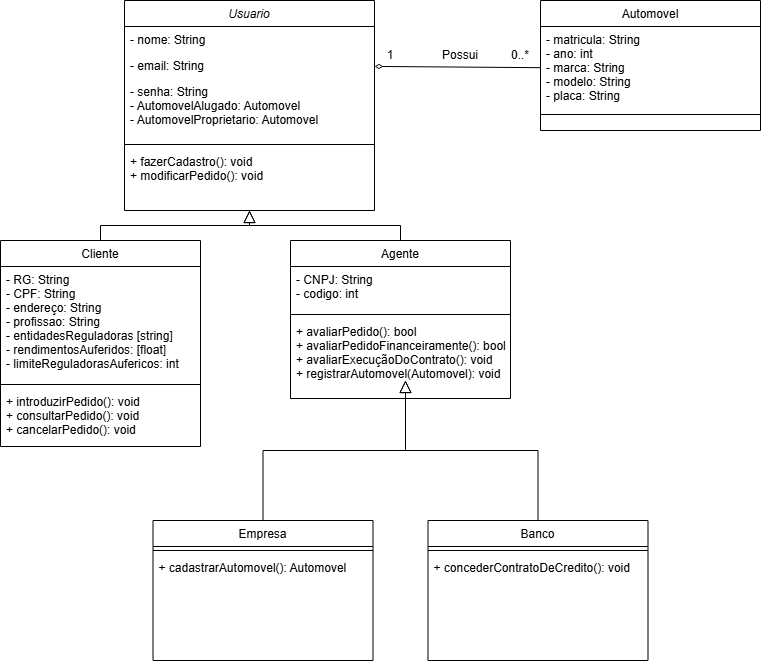
Before: projeto/png/Diagrama de classes.drawio.png, a diagram exported from draw.io (Gab-HSP/laboratorio-2). Source tidied: cells renumbered, new cells last; positions are measured from the earlier drawing's top-left corner, leaving out a move shared by most shapes.
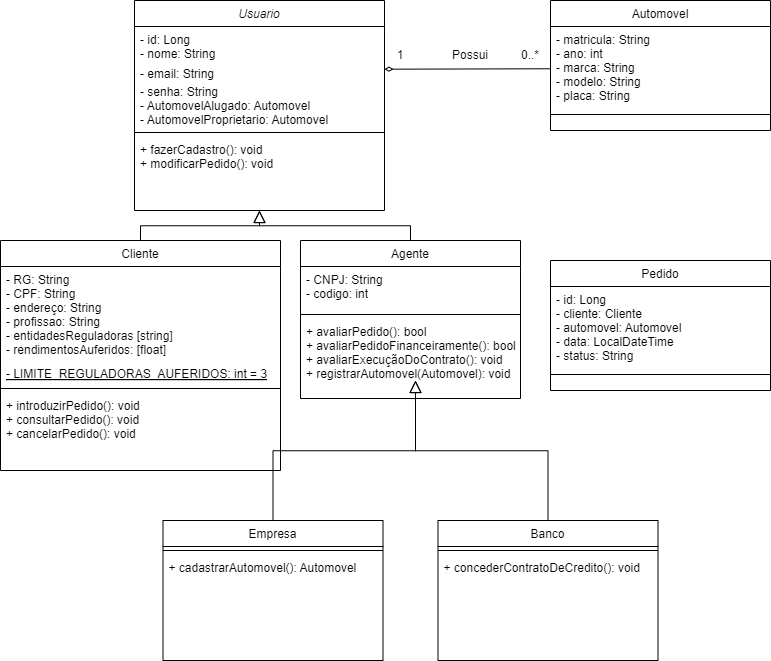
After the change.

Commit message:
atualizando diagrama de classes

Diff of the diagram source:
```diff
@@ -5,32 +5,35 @@
     <mxCell id="2" value="Usuario" style="swimlane;fontStyle=2;align=center;verticalAlign=top;horizontal=1;startSize=26;rounded=0;shadow=0;strokeWidth=1;" parent="1" vertex="1">
       <mxGeometry x="124" width="250" height="210" as="geometry" />
     </mxCell>
-    <mxCell id="3" value="- nome: String" style="text;align=left;verticalAlign=top;spacingLeft=4;spacingRight=4;overflow=hidden;" parent="2" vertex="1">
-      <mxGeometry y="26" width="250" height="26" as="geometry" />
+    <mxCell id="3" value="- id: Long&#10;- nome: String" style="text;align=left;verticalAlign=top;spacingLeft=4;spacingRight=4;overflow=hidden;" parent="2" vertex="1">
+      <mxGeometry y="26" width="250" height="34" as="geometry" />
     </mxCell>
     <mxCell id="4" value="- email: String" style="text;align=left;verticalAlign=top;spacingLeft=4;spacingRight=4;overflow=hidden;points=[[0,0.5],[1,0.5]];portConstraint=eastwest;rounded=0;shadow=0;html=0;" parent="2" vertex="1">
-      <mxGeometry y="52" width="250" height="26" as="geometry" />
+      <mxGeometry y="60" width="250" height="18" as="geometry" />
     </mxCell>
     <mxCell id="5" value="- senha: String&#10;- AutomovelAlugado: Automovel&#10;- AutomovelProprietario: Automovel" style="text;align=left;verticalAlign=top;spacingLeft=4;spacingRight=4;overflow=hidden;rounded=0;shadow=0;html=0;" parent="2" vertex="1">
-      <mxGeometry y="78" width="250" height="62" as="geometry" />
+      <mxGeometry y="78" width="250" height="50" as="geometry" />
     </mxCell>
     <mxCell id="6" style="line;html=1;strokeWidth=1;align=left;verticalAlign=middle;spacingTop=-1;spacingLeft=3;spacingRight=3;labelPosition=right;" parent="2" vertex="1">
-      <mxGeometry y="140" width="250" height="8" as="geometry" />
+      <mxGeometry y="128" width="250" height="8" as="geometry" />
     </mxCell>
     <mxCell id="7" value="+ fazerCadastro(): void&#10;+ modificarPedido(): void&#10;" style="text;align=left;verticalAlign=top;spacingLeft=4;spacingRight=4;overflow=hidden;" parent="2" vertex="1">
-      <mxGeometry y="148" width="250" height="62" as="geometry" />
+      <mxGeometry y="136" width="250" height="62" as="geometry" />
     </mxCell>
     <mxCell id="8" value="Cliente" style="swimlane;fontStyle=0;align=center;verticalAlign=top;horizontal=1;startSize=26;rounded=0;shadow=0;strokeWidth=1;" parent="1" vertex="1">
-      <mxGeometry y="240" width="200" height="206" as="geometry" />
+      <mxGeometry x="-10" y="240" width="280" height="230" as="geometry" />
     </mxCell>
-    <mxCell id="9" value="- RG: String&#10;- CPF: String&#10;- endereço: String&#10;- profissao: String&#10;- entidadesReguladoras [string]&#10;- rendimentosAuferidos: [float]&#10;- limiteReguladorasAufericos: int" style="text;align=left;verticalAlign=top;spacingLeft=4;spacingRight=4;overflow=hidden;rounded=0;shadow=0;html=0;" parent="8" vertex="1">
-      <mxGeometry y="26" width="200" height="114" as="geometry" />
+    <mxCell id="9" value="- RG: String&#10;- CPF: String&#10;- endereço: String&#10;- profissao: String&#10;- entidadesReguladoras [string]&#10;- rendimentosAuferidos: [float]" style="text;align=left;verticalAlign=top;spacingLeft=4;spacingRight=4;overflow=hidden;rounded=0;shadow=0;html=0;" parent="8" vertex="1">
+      <mxGeometry y="26" width="280" height="94" as="geometry" />
     </mxCell>
+    <mxCell id="34" value="- LIMITE_REGULADORAS_AUFERIDOS: int = 3" style="text;align=left;verticalAlign=top;spacingLeft=4;spacingRight=4;overflow=hidden;rounded=0;shadow=0;html=0;fontStyle=4;" parent="8" vertex="1">
+      <mxGeometry y="120" width="280" height="24" as="geometry" />
+    </mxCell>
     <mxCell id="10" style="line;html=1;strokeWidth=1;align=left;verticalAlign=middle;spacingTop=-1;spacingLeft=3;spacingRight=3;labelPosition=right;" parent="8" vertex="1">
-      <mxGeometry y="140" width="200" height="8" as="geometry" />
+      <mxGeometry y="144" width="280" height="8" as="geometry" />
     </mxCell>
     <mxCell id="11" value="+ introduzirPedido(): void&#10;+ consultarPedido(): void&#10;+ cancelarPedido(): void" style="text;align=left;verticalAlign=top;spacingLeft=4;spacingRight=4;overflow=hidden;" parent="8" vertex="1">
-      <mxGeometry y="148" width="200" height="58" as="geometry" />
+      <mxGeometry y="152" width="280" height="58" as="geometry" />
     </mxCell>
     <mxCell id="12" style="endArrow=block;endSize=10;endFill=0;shadow=0;strokeWidth=1;rounded=0;curved=0;edgeStyle=elbowEdgeStyle;elbow=vertical;" parent="1" edge="1" source="8" target="2">
       <mxGeometry relative="1" as="geometry" />
@@ -102,5 +105,17 @@
     <mxCell id="33" value="Possui" style="text;html=1;align=center;verticalAlign=middle;whiteSpace=wrap;rounded=0;" parent="1" vertex="1">
       <mxGeometry x="430" y="40" width="60" height="30" as="geometry" />
     </mxCell>
+    <mxCell id="35" value="Pedido" style="swimlane;fontStyle=0;align=center;verticalAlign=top;horizontal=1;startSize=26;rounded=0;shadow=0;strokeWidth=1;" parent="1" vertex="1">
+      <mxGeometry x="540" y="260" width="220" height="130" as="geometry" />
+    </mxCell>
+    <mxCell id="36" value="- id: Long&#10;- cliente: Cliente&#10;- automovel: Automovel&#10;- data: LocalDateTime&#10;- status: String" style="text;align=left;verticalAlign=top;spacingLeft=4;spacingRight=4;overflow=hidden;" parent="35" vertex="1">
+      <mxGeometry y="26" width="220" height="84" as="geometry" />
+    </mxCell>
+    <mxCell id="37" style="line;html=1;strokeWidth=1;align=left;verticalAlign=middle;spacingTop=-1;spacingLeft=3;spacingRight=3;labelPosition=right;" parent="35" vertex="1">
+      <mxGeometry y="110" width="220" height="8" as="geometry" />
+    </mxCell>
+    <mxCell id="38" value="&#10;" style="text;align=left;verticalAlign=top;spacingLeft=4;spacingRight=4;overflow=hidden;" parent="35" vertex="1">
+      <mxGeometry y="118" width="220" height="12" as="geometry" />
+    </mxCell>
   </root>
 </mxGraphModel>
```
